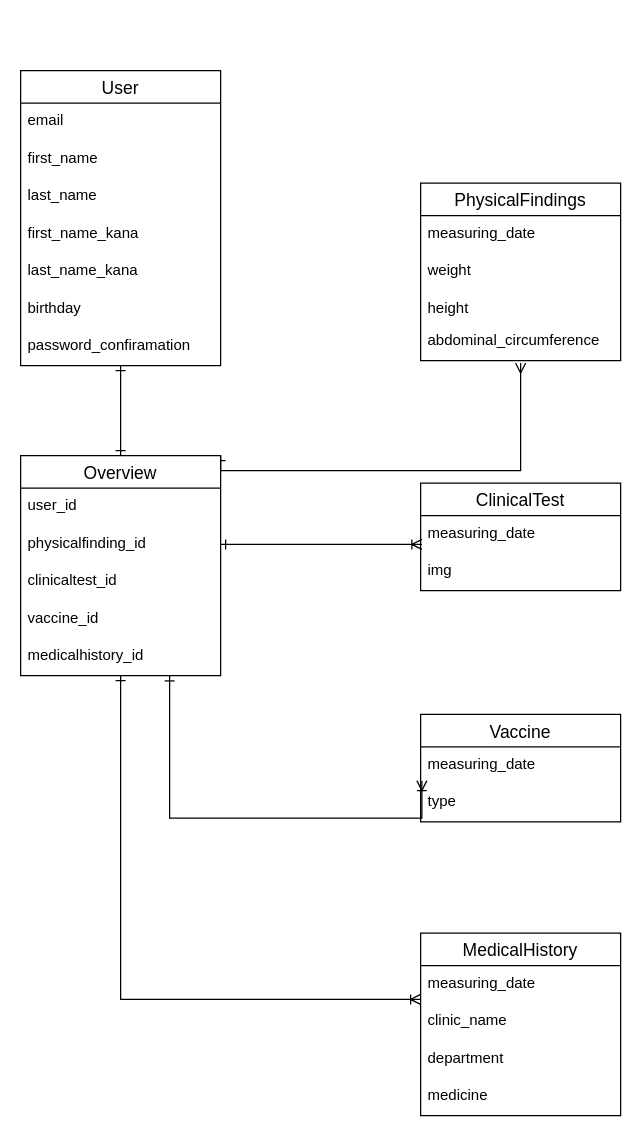
The draw.io diagram .dio in mayumiasakawa/healthcode-app, before the edit. Source tidied: cells renumbered, new cells numbered last; positions are measured from the earlier drawing's top-left corner, leaving out a move shared by most shapes. Both pictures are drawn from the tidied source at 125%, with x=0, y=0 at pixel (20, 70).
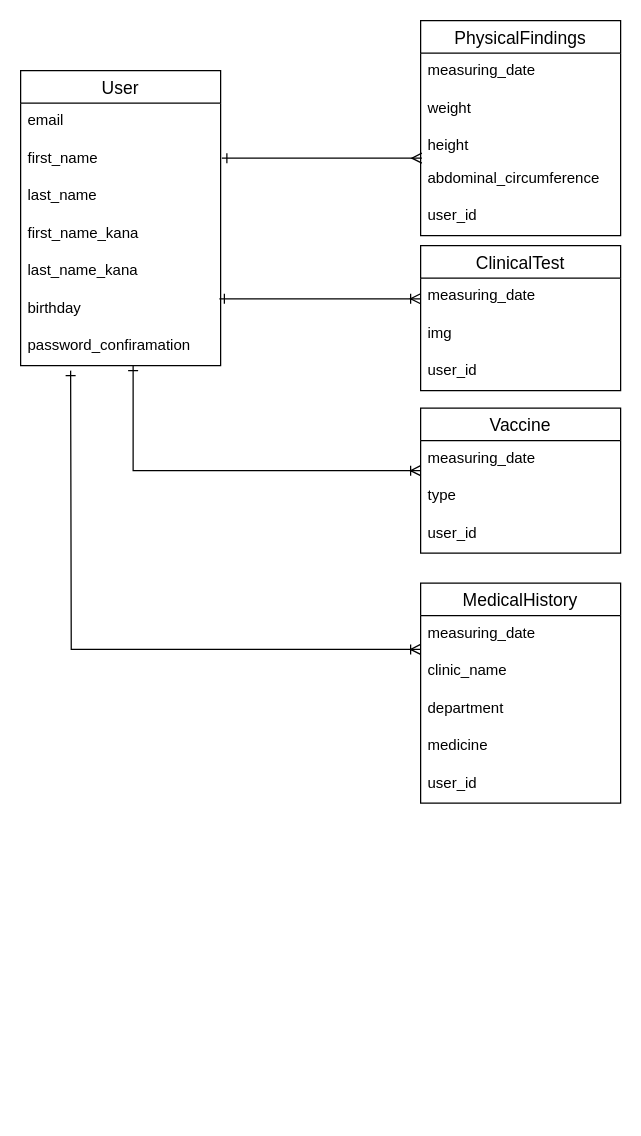
The same page after the edit.

The change refers to these unchanged cells:
```xml
<mxCell id="3" value="User" style="swimlane;fontStyle=0;horizontal=1;startSize=26;align=center;fontSize=14;" parent="1" vertex="1">
  <mxGeometry width="160" height="236" as="geometry" />
</mxCell>
<mxCell id="15" value="abdominal_circumference" style="text;strokeColor=none;fillColor=none;spacingLeft=4;spacingRight=4;overflow=hidden;points=[[0,0.5],[1,0.5]];portConstraint=eastwest;fontSize=12;" parent="11" vertex="1">
  <mxGeometry y="112" width="160" height="30" as="geometry" />
</mxCell>
<mxCell id="32" value="clinic_name" style="text;strokeColor=none;fillColor=none;spacingLeft=4;spacingRight=4;overflow=hidden;points=[[0,0.5],[1,0.5]];portConstraint=eastwest;fontSize=12;" parent="30" vertex="1">
  <mxGeometry y="56" width="160" height="30" as="geometry" />
</mxCell>
```

What changed in the source:
```diff
@@
-    <mxCell id="2" style="edgeStyle=orthogonalEdgeStyle;rounded=0;jettySize=auto;html=1;entryX=0.5;entryY=0;entryDx=0;entryDy=0;endArrow=ERone;endFill=0;startArrow=ERone;startFill=0;" parent="1" edge="1" source="3" target="18">
-      <mxGeometry relative="1" as="geometry" />
-    </mxCell>
@@
+    <mxCell id="16" style="edgeStyle=orthogonalEdgeStyle;rounded=0;orthogonalLoop=1;jettySize=auto;html=1;startArrow=ERone;startFill=0;endArrow=ERmany;endFill=0;" parent="1" edge="1">
+      <mxGeometry relative="1" as="geometry">
+        <mxPoint x="161" y="70" as="sourcePoint" />
+        <mxPoint x="321" y="70" as="targetPoint" />
+        <Array as="points">
+          <mxPoint x="171" y="70" />
+        </Array>
+      </mxGeometry>
+    </mxCell>
+    <mxCell id="17" style="edgeStyle=orthogonalEdgeStyle;rounded=0;jettySize=auto;html=1;startArrow=ERone;startFill=0;endArrow=ERoneToMany;endFill=0;entryX=0;entryY=-0.1;entryDx=0;entryDy=0;entryPerimeter=0;" parent="1" edge="1" target="32">
+      <mxGeometry relative="1" as="geometry">
+        <mxPoint x="40" y="240" as="sourcePoint" />
+      </mxGeometry>
+    </mxCell>
     <mxCell id="11" value="PhysicalFindings" style="swimlane;fontStyle=0;horizontal=1;startSize=26;align=center;fontSize=14;" parent="1" vertex="1">
-      <mxGeometry x="320" y="90" width="160" height="142" as="geometry" />
+      <mxGeometry x="320" y="-40" width="160" height="172" as="geometry" />
     </mxCell>
@@
-    <mxCell id="16" style="edgeStyle=orthogonalEdgeStyle;rounded=0;jettySize=auto;html=1;exitX=1;exitY=0;exitDx=0;exitDy=0;startArrow=ERone;startFill=0;endArrow=ERmany;endFill=0;entryX=0.5;entryY=1.063;entryDx=0;entryDy=0;entryPerimeter=0;" parent="1" edge="1" source="18" target="15">
-      <mxGeometry relative="1" as="geometry">
-        <Array as="points">
-          <mxPoint x="160" y="320" />
-          <mxPoint x="400" y="320" />
-        </Array>
-      </mxGeometry>
-    </mxCell>
-    <mxCell id="17" style="edgeStyle=orthogonalEdgeStyle;rounded=0;jettySize=auto;html=1;startArrow=ERone;startFill=0;endArrow=ERoneToMany;endFill=0;entryX=0;entryY=-0.1;entryDx=0;entryDy=0;entryPerimeter=0;" parent="1" edge="1" source="18" target="32">
-      <mxGeometry relative="1" as="geometry" />
-    </mxCell>
-    <mxCell id="18" value="Overview" style="swimlane;fontStyle=0;horizontal=1;startSize=26;align=center;fontSize=14;" parent="1" vertex="1">
-      <mxGeometry y="308" width="160" height="176" as="geometry" />
-    </mxCell>
-    <mxCell id="19" value="user_id" style="text;strokeColor=none;fillColor=none;spacingLeft=4;spacingRight=4;overflow=hidden;fontSize=12;" parent="18" vertex="1">
-      <mxGeometry y="26" width="160" height="30" as="geometry" />
-    </mxCell>
-    <mxCell id="20" value="physicalfinding_id" style="text;strokeColor=none;fillColor=none;spacingLeft=4;spacingRight=4;overflow=hidden;points=[[0,0.5],[1,0.5]];portConstraint=eastwest;fontSize=12;" parent="18" vertex="1">
-      <mxGeometry y="56" width="160" height="30" as="geometry" />
-    </mxCell>
-    <mxCell id="21" value="clinicaltest_id" style="text;strokeColor=none;fillColor=none;spacingLeft=4;spacingRight=4;overflow=hidden;fontSize=12;" parent="18" vertex="1">
-      <mxGeometry y="86" width="160" height="30" as="geometry" />
-    </mxCell>
-    <mxCell id="22" value="vaccine_id" style="text;strokeColor=none;fillColor=none;spacingLeft=4;spacingRight=4;overflow=hidden;fontSize=12;" parent="18" vertex="1">
-      <mxGeometry y="116" width="160" height="30" as="geometry" />
-    </mxCell>
-    <mxCell id="23" value="medicalhistory_id" style="text;strokeColor=none;fillColor=none;spacingLeft=4;spacingRight=4;overflow=hidden;points=[[0,0.5],[1,0.5]];portConstraint=eastwest;fontSize=12;" parent="18" vertex="1">
-      <mxGeometry y="146" width="160" height="30" as="geometry" />
+    <mxCell id="23" value="user_id" style="text;strokeColor=none;fillColor=none;spacingLeft=4;spacingRight=4;overflow=hidden;points=[[0,0.5],[1,0.5]];portConstraint=eastwest;fontSize=12;" parent="11" vertex="1">
+      <mxGeometry y="142" width="160" height="30" as="geometry" />
     </mxCell>
     <mxCell id="24" value="ClinicalTest" style="swimlane;fontStyle=0;horizontal=1;startSize=26;align=center;fontSize=14;" parent="1" vertex="1">
-      <mxGeometry x="320" y="330" width="160" height="86" as="geometry" />
+      <mxGeometry x="320" y="140" width="160" height="116" as="geometry" />
     </mxCell>
@@
+    <mxCell id="37" value="user_id" style="text;strokeColor=none;fillColor=none;spacingLeft=4;spacingRight=4;overflow=hidden;fontSize=12;" parent="24" vertex="1">
+      <mxGeometry y="86" width="160" height="30" as="geometry" />
+    </mxCell>
+    <mxCell id="35" style="edgeStyle=orthogonalEdgeStyle;rounded=0;orthogonalLoop=1;jettySize=auto;html=1;exitX=1;exitY=0.5;exitDx=0;exitDy=0;entryX=0.006;entryY=0.767;entryDx=0;entryDy=0;entryPerimeter=0;startArrow=ERone;startFill=0;endArrow=ERoneToMany;endFill=0;" parent="1" edge="1">
+      <mxGeometry relative="1" as="geometry">
+        <mxPoint x="159" y="182.5" as="sourcePoint" />
+        <mxPoint x="320" y="182.5" as="targetPoint" />
+      </mxGeometry>
+    </mxCell>
+    <mxCell id="36" style="edgeStyle=orthogonalEdgeStyle;rounded=0;orthogonalLoop=1;jettySize=auto;html=1;startArrow=ERone;startFill=0;endArrow=ERoneToMany;endFill=0;exitX=0.745;exitY=1.008;exitDx=0;exitDy=0;exitPerimeter=0;" parent="1" edge="1">
+      <mxGeometry relative="1" as="geometry">
+        <mxPoint x="90" y="236" as="sourcePoint" />
+        <mxPoint x="320" y="320" as="targetPoint" />
+        <Array as="points">
+          <mxPoint x="90" y="320" />
+        </Array>
+      </mxGeometry>
+    </mxCell>
     <mxCell id="27" value="Vaccine" style="swimlane;fontStyle=0;horizontal=1;startSize=26;align=center;fontSize=14;" parent="1" vertex="1">
-      <mxGeometry x="320" y="515" width="160" height="86" as="geometry" />
+      <mxGeometry x="320" y="270" width="160" height="116" as="geometry" />
     </mxCell>
@@
+    <mxCell id="38" value="user_id" style="text;strokeColor=none;fillColor=none;spacingLeft=4;spacingRight=4;overflow=hidden;fontSize=12;" parent="27" vertex="1">
+      <mxGeometry y="86" width="160" height="30" as="geometry" />
+    </mxCell>
     <mxCell id="30" value="MedicalHistory" style="swimlane;fontStyle=0;horizontal=1;startSize=26;align=center;fontSize=14;" parent="1" vertex="1">
-      <mxGeometry x="320" y="690" width="160" height="146" as="geometry" />
+      <mxGeometry x="320" y="410" width="160" height="176" as="geometry" />
     </mxCell>
@@
-    <mxCell id="35" style="edgeStyle=orthogonalEdgeStyle;rounded=0;jettySize=auto;html=1;exitX=1;exitY=0.5;exitDx=0;exitDy=0;entryX=0.006;entryY=0.767;entryDx=0;entryDy=0;entryPerimeter=0;startArrow=ERone;startFill=0;endArrow=ERoneToMany;endFill=0;" parent="1" edge="1" source="20">
-      <mxGeometry relative="1" as="geometry">
-        <mxPoint x="321" y="379" as="targetPoint" />
-      </mxGeometry>
-    </mxCell>
-    <mxCell id="36" style="edgeStyle=orthogonalEdgeStyle;rounded=0;jettySize=auto;html=1;entryX=0.006;entryY=0.9;entryDx=0;entryDy=0;entryPerimeter=0;startArrow=ERone;startFill=0;endArrow=ERoneToMany;endFill=0;exitX=0.745;exitY=1.008;exitDx=0;exitDy=0;exitPerimeter=0;" parent="1" edge="1" source="23">
-      <mxGeometry relative="1" as="geometry">
-        <mxPoint x="321" y="568" as="targetPoint" />
-        <Array as="points">
-          <mxPoint x="119" y="598" />
-        </Array>
-      </mxGeometry>
-    </mxCell>
+    <mxCell id="39" value="user_id" style="text;strokeColor=none;fillColor=none;spacingLeft=4;spacingRight=4;overflow=hidden;fontSize=12;" parent="30" vertex="1">
+      <mxGeometry y="146" width="160" height="30" as="geometry" />
+    </mxCell>
```
